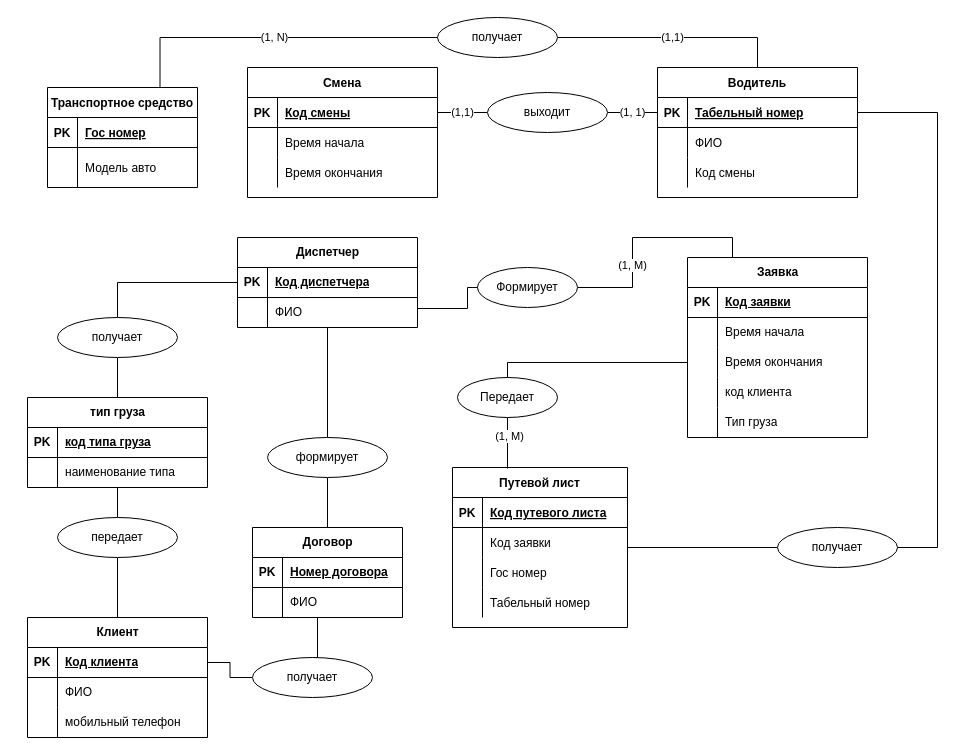
Earlier version of the draw.io diagram Диаграмма без названия2.drawio (psihioga/Sendsay_test_exercise). Source tidied: cells renumbered, new cells numbered last; positions are measured from the earlier drawing's top-left corner, leaving out a move shared by most shapes. Both pictures are drawn from the tidied source at 100%, with x=0, y=0 at pixel (27, 17).
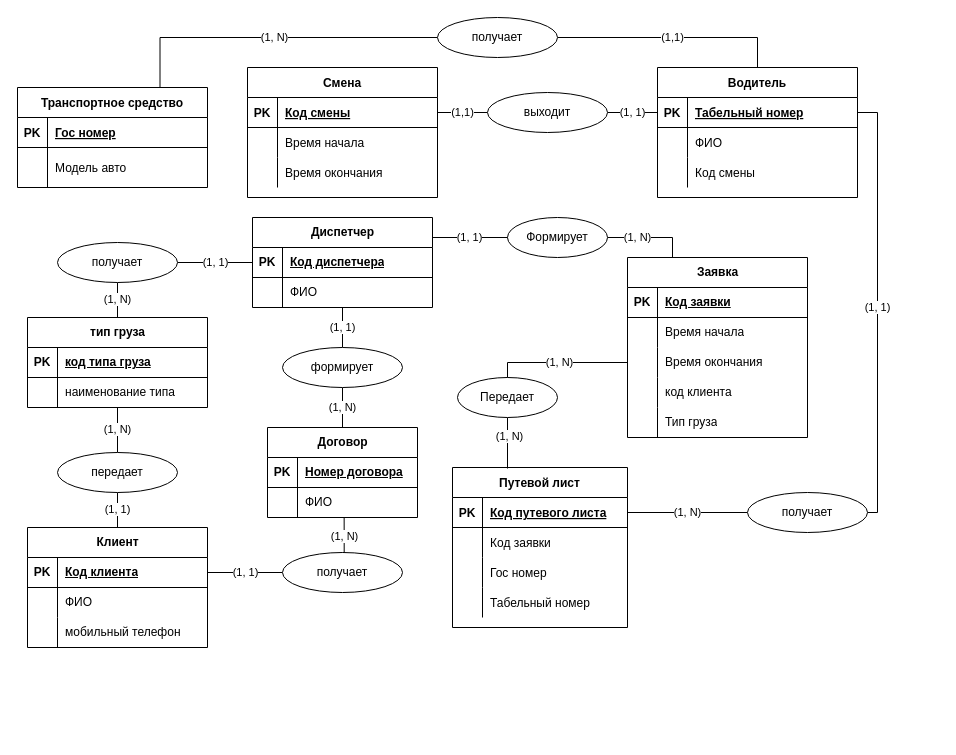
The same page after the edit.

The change refers to these unchanged cells:
```xml
<mxCell id="2" value="Путевой лист" style="shape=table;startSize=30;childLayout=tableLayout;rowLines=0;fontStyle=1;align=center;" parent="1" vertex="1">
  <mxGeometry x="425" y="450" width="175" height="160" as="geometry" />
</mxCell>
<mxCell id="3" style="shape=partialRectangle;fillColor=none;points=[[0,0.5],[1,0.5]];portConstraint=eastwest;top=0;left=0;right=0;bottom=1;" parent="2" vertex="1">
  <mxGeometry y="30" width="175" height="30" as="geometry" />
</mxCell>
<mxCell id="24" style="shape=partialRectangle;fillColor=none;points=[[0,0.5],[1,0.5]];portConstraint=eastwest;top=0;left=0;right=0;bottom=1;" parent="23" vertex="1">
  <mxGeometry y="30" width="200" height="30" as="geometry" />
</mxCell>
<mxCell id="47" style="shape=tableRow;horizontal=0;startSize=0;swimlaneHead=0;swimlaneBody=0;fillColor=none;points=[[0,0.5],[1,0.5]];portConstraint=eastwest;top=0;left=0;right=0;bottom=0;" parent="43" vertex="1">
  <mxGeometry y="60" width="180" height="30" as="geometry" />
</mxCell>
<mxCell id="57" style="shape=tableRow;horizontal=0;startSize=0;swimlaneHead=0;swimlaneBody=0;fillColor=none;points=[[0,0.5],[1,0.5]];portConstraint=eastwest;top=0;left=0;right=0;bottom=0;" parent="50" vertex="1">
  <mxGeometry y="90" width="180" height="30" as="geometry" />
</mxCell>
<mxCell id="67" style="shape=tableRow;horizontal=0;startSize=0;swimlaneHead=0;swimlaneBody=0;fillColor=none;points=[[0,0.5],[1,0.5]];portConstraint=eastwest;top=0;left=0;right=0;bottom=1;" parent="66" vertex="1">
  <mxGeometry y="30" width="180" height="30" as="geometry" />
</mxCell>
<mxCell id="76" style="edgeStyle=orthogonalEdgeStyle;rounded=0;jettySize=auto;html=1;exitX=1;exitY=0.5;exitDx=0;exitDy=0;entryX=0.25;entryY=0;entryDx=0;entryDy=0;endArrow=none;endFill=0;" parent="1" edge="1" source="78" target="50">
  <mxGeometry relative="1" as="geometry" />
</mxCell>
<mxCell id="83" style="shape=tableRow;horizontal=0;startSize=0;swimlaneHead=0;swimlaneBody=0;fillColor=none;points=[[0,0.5],[1,0.5]];portConstraint=eastwest;top=0;left=0;right=0;bottom=0;" parent="79" vertex="1">
  <mxGeometry y="60" width="150" height="30" as="geometry" />
</mxCell>
<mxCell id="88" style="shape=tableRow;horizontal=0;startSize=0;swimlaneHead=0;swimlaneBody=0;fillColor=none;points=[[0,0.5],[1,0.5]];portConstraint=eastwest;top=0;left=0;right=0;bottom=1;" parent="87" vertex="1">
  <mxGeometry y="30" width="180" height="30" as="geometry" />
</mxCell>
<mxCell id="91" style="shape=tableRow;horizontal=0;startSize=0;swimlaneHead=0;swimlaneBody=0;fillColor=none;points=[[0,0.5],[1,0.5]];portConstraint=eastwest;top=0;left=0;right=0;bottom=0;" parent="87" vertex="1">
  <mxGeometry y="60" width="180" height="30" as="geometry" />
</mxCell>
<mxCell id="94" style="edgeStyle=orthogonalEdgeStyle;rounded=0;jettySize=auto;html=1;exitX=0.5;exitY=1;exitDx=0;exitDy=0;endArrow=none;endFill=0;" parent="1" edge="1" source="96">
  <mxGeometry relative="1" as="geometry">
    <mxPoint x="480" y="451" as="targetPoint" />
    <Array as="points">
      <mxPoint x="480" y="451" />
    </Array>
  </mxGeometry>
</mxCell>
<mxCell id="96" value="Передает" style="ellipse;whiteSpace=wrap;html=1;align=center;" parent="1" vertex="1">
  <mxGeometry x="430" y="360" width="100" height="40" as="geometry" />
</mxCell>
```

Change to the diagram source:
```diff
@@
     <mxCell id="16" value="Транспортное средство" style="shape=table;startSize=30;childLayout=tableLayout;rowLines=0;fontStyle=1;align=center;" parent="1" vertex="1">
-      <mxGeometry x="20" y="70" width="150" height="100" as="geometry" />
+      <mxGeometry x="-10" y="70" width="190" height="100" as="geometry" />
     </mxCell>
     <mxCell id="17" style="shape=partialRectangle;fillColor=none;top=0;left=0;right=0;bottom=1;" parent="16" vertex="1">
-      <mxGeometry y="30" width="150" height="30" as="geometry" />
+      <mxGeometry y="30" width="190" height="30" as="geometry" />
     </mxCell>
@@
     <mxCell id="19" value="Гос номер" style="shape=partialRectangle;overflow=hidden;fillColor=none;top=0;left=0;bottom=0;right=0;align=left;spacingLeft=6;fontStyle=5;" parent="17" vertex="1">
-      <mxGeometry x="30" width="120" height="30" as="geometry" />
+      <mxGeometry x="30" width="160" height="30" as="geometry" />
     </mxCell>
     <mxCell id="20" style="shape=partialRectangle;fillColor=none;top=0;left=0;right=0;bottom=0;" parent="16" vertex="1">
-      <mxGeometry y="60" width="150" height="40" as="geometry" />
+      <mxGeometry y="60" width="190" height="40" as="geometry" />
     </mxCell>
@@
     <mxCell id="22" value="Модель авто" style="shape=partialRectangle;overflow=hidden;fillColor=none;top=0;left=0;bottom=0;right=0;align=left;spacingLeft=6;" parent="20" vertex="1">
-      <mxGeometry x="30" width="120" height="40" as="geometry" />
+      <mxGeometry x="30" width="160" height="40" as="geometry" />
     </mxCell>
@@
     <mxCell id="43" value="тип груза" style="shape=table;startSize=30;childLayout=tableLayout;rowLines=0;fontStyle=1;align=center;html=1;" parent="1" vertex="1">
-      <mxGeometry y="380" width="180" height="90" as="geometry" />
+      <mxGeometry y="300" width="180" height="90" as="geometry" />
     </mxCell>
@@
     <mxCell id="50" value="Заявка" style="shape=table;startSize=30;childLayout=tableLayout;rowLines=0;fontStyle=1;align=center;html=1;" parent="1" vertex="1">
-      <mxGeometry x="660" y="240" width="180" height="180" as="geometry" />
+      <mxGeometry x="600" y="240" width="180" height="180" as="geometry" />
     </mxCell>
@@
     <mxCell id="66" value="Клиент" style="shape=table;startSize=30;childLayout=tableLayout;rowLines=0;fontStyle=1;align=center;html=1;" parent="1" vertex="1">
-      <mxGeometry y="600" width="180" height="120" as="geometry" />
+      <mxGeometry y="510" width="180" height="120" as="geometry" />
     </mxCell>
@@
-    <mxCell id="77" value="(1, M)" style="edgeLabel;html=1;align=center;verticalAlign=middle;" parent="76" vertex="1">
+    <mxCell id="77" value="(1, N)" style="edgeLabel;html=1;align=center;verticalAlign=middle;" parent="76" vertex="1">
       <mxGeometry x="-0.31" y="1" relative="1" as="geometry" />
     </mxCell>
     <mxCell id="78" value="Формирует" style="ellipse;whiteSpace=wrap;html=1;align=center;" parent="1" vertex="1">
-      <mxGeometry x="450" y="250" width="100" height="40" as="geometry" />
+      <mxGeometry x="480" y="200" width="100" height="40" as="geometry" />
     </mxCell>
     <mxCell id="79" value="Договор" style="shape=table;startSize=30;childLayout=tableLayout;rowLines=0;fontStyle=1;align=center;html=1;" parent="1" vertex="1">
-      <mxGeometry x="225" y="510" width="150" height="90" as="geometry" />
+      <mxGeometry x="240" y="410" width="150" height="90" as="geometry" />
     </mxCell>
@@
-    <mxCell id="86" style="edgeStyle=orthogonalEdgeStyle;rounded=0;jettySize=auto;html=1;exitX=1;exitY=0.126;exitDx=0;exitDy=0;entryX=0;entryY=0.5;entryDx=0;entryDy=0;endArrow=none;endFill=0;exitPerimeter=0;" parent="1" edge="1" source="87" target="78">
+    <mxCell id="86" value="(1, 1)" style="edgeStyle=orthogonalEdgeStyle;rounded=0;jettySize=auto;html=1;exitX=1;exitY=0.25;exitDx=0;exitDy=0;entryX=0;entryY=0.5;entryDx=0;entryDy=0;endArrow=none;endFill=0;" parent="1" edge="1" source="87" target="78">
       <mxGeometry relative="1" as="geometry">
         <Array as="points">
-          <mxPoint x="440" y="291" />
-          <mxPoint x="440" y="270" />
+          <mxPoint x="405" y="220" />
         </Array>
       </mxGeometry>
     </mxCell>
     <mxCell id="87" value="Диспетчер" style="shape=table;startSize=30;childLayout=tableLayout;rowLines=0;fontStyle=1;align=center;html=1;" parent="1" vertex="1">
-      <mxGeometry x="210" y="220" width="180" height="90" as="geometry" />
+      <mxGeometry x="225" y="200" width="180" height="90" as="geometry" />
     </mxCell>
@@
-    <mxCell id="95" value="(1, M)" style="edgeLabel;html=1;align=center;verticalAlign=middle;" parent="94" vertex="1">
+    <mxCell id="95" value="(1, N)" style="edgeLabel;html=1;align=center;verticalAlign=middle;" parent="94" vertex="1">
       <mxGeometry x="-0.31" y="1" relative="1" as="geometry" />
     </mxCell>
@@
-    <mxCell id="97" style="edgeStyle=orthogonalEdgeStyle;rounded=0;jettySize=auto;html=1;entryX=0.5;entryY=0;entryDx=0;entryDy=0;endArrow=none;endFill=0;exitX=0;exitY=0.5;exitDx=0;exitDy=0;" parent="1" edge="1" source="57" target="96">
+    <mxCell id="97" value="(1, N)" style="edgeStyle=orthogonalEdgeStyle;rounded=0;jettySize=auto;html=1;entryX=0.5;entryY=0;entryDx=0;entryDy=0;endArrow=none;endFill=0;exitX=0;exitY=0.5;exitDx=0;exitDy=0;" parent="1" edge="1" source="57" target="96">
       <mxGeometry relative="1" as="geometry">
         <Array as="points">
           <mxPoint x="480" y="345" />
         </Array>
       </mxGeometry>
     </mxCell>
-    <mxCell id="98" style="endArrow=none;html=1;rounded=0;entryX=0.5;entryY=0;entryDx=0;entryDy=0;exitX=0.5;exitY=1;exitDx=0;exitDy=0;" parent="1" edge="1" source="113" target="79">
+    <mxCell id="98" value="(1, N)" style="endArrow=none;html=1;rounded=0;entryX=0.5;entryY=0;entryDx=0;entryDy=0;exitX=0.5;exitY=1;exitDx=0;exitDy=0;" parent="1" edge="1" source="113" target="79">
       <mxGeometry relative="1" as="geometry" />
     </mxCell>
-    <mxCell id="99" style="edgeStyle=orthogonalEdgeStyle;rounded=0;jettySize=auto;html=1;exitX=0.5;exitY=0;exitDx=0;exitDy=0;entryX=0.511;entryY=1;entryDx=0;entryDy=0;entryPerimeter=0;endArrow=none;endFill=0;" parent="1" edge="1" source="103" target="83">
+    <mxCell id="99" value="(1, N)" style="edgeStyle=orthogonalEdgeStyle;rounded=0;jettySize=auto;html=1;exitX=0.5;exitY=0;exitDx=0;exitDy=0;entryX=0.511;entryY=1;entryDx=0;entryDy=0;entryPerimeter=0;endArrow=none;endFill=0;" parent="1" edge="1" source="103" target="83">
       <mxGeometry relative="1" as="geometry">
         <Array as="points">
-          <mxPoint x="290" y="600" />
+          <mxPoint x="317" y="535" />
         </Array>
       </mxGeometry>
     </mxCell>
@@
-    <mxCell id="101" style="endArrow=none;html=1;rounded=0;exitX=0.5;exitY=0;exitDx=0;exitDy=0;entryX=0;entryY=0.5;entryDx=0;entryDy=0;" parent="1" edge="1" source="115" target="88">
-      <mxGeometry relative="1" as="geometry">
-        <Array as="points">
-          <mxPoint x="90" y="265" />
-        </Array>
-      </mxGeometry>
+    <mxCell id="101" value="(1, 1)" style="endArrow=none;html=1;rounded=0;exitX=1;exitY=0.5;exitDx=0;exitDy=0;entryX=0;entryY=0.5;entryDx=0;entryDy=0;" parent="1" edge="1" source="115" target="88">
+      <mxGeometry relative="1" as="geometry" />
     </mxCell>
-    <mxCell id="102" style="edgeStyle=orthogonalEdgeStyle;rounded=0;jettySize=auto;html=1;exitX=1;exitY=0.5;exitDx=0;exitDy=0;entryX=0;entryY=0.5;entryDx=0;entryDy=0;endArrow=none;endFill=0;" parent="1" edge="1" source="67" target="103">
+    <mxCell id="102" value="(1, 1)" style="edgeStyle=orthogonalEdgeStyle;rounded=0;jettySize=auto;html=1;exitX=1;exitY=0.5;exitDx=0;exitDy=0;entryX=0;entryY=0.5;entryDx=0;entryDy=0;endArrow=none;endFill=0;" parent="1" edge="1" source="67" target="103">
       <mxGeometry relative="1" as="geometry" />
     </mxCell>
     <mxCell id="103" value="получает" style="ellipse;whiteSpace=wrap;html=1;" parent="1" vertex="1">
-      <mxGeometry x="225" y="640" width="120" height="40" as="geometry" />
+      <mxGeometry x="255" y="535" width="120" height="40" as="geometry" />
     </mxCell>
-    <mxCell id="104" style="endArrow=none;html=1;rounded=0;exitX=0.5;exitY=0;exitDx=0;exitDy=0;" parent="1" edge="1" source="111" target="47">
+    <mxCell id="104" value="(1, N)" style="endArrow=none;html=1;rounded=0;exitX=0.5;exitY=0;exitDx=0;exitDy=0;" parent="1" edge="1" source="111" target="47">
       <mxGeometry relative="1" as="geometry" />
     </mxCell>
-    <mxCell id="105" style="edgeStyle=orthogonalEdgeStyle;rounded=0;jettySize=auto;html=1;exitX=0;exitY=0.5;exitDx=0;exitDy=0;endArrow=none;endFill=0;" parent="1" edge="1" source="107" target="2">
+    <mxCell id="105" value="(1, N)" style="edgeStyle=orthogonalEdgeStyle;rounded=0;jettySize=auto;html=1;exitX=0;exitY=0.5;exitDx=0;exitDy=0;endArrow=none;endFill=0;entryX=1;entryY=0.5;entryDx=0;entryDy=0;" parent="1" edge="1" source="107" target="3">
       <mxGeometry relative="1" as="geometry" />
     </mxCell>
-    <mxCell id="106" style="edgeStyle=orthogonalEdgeStyle;rounded=0;jettySize=auto;html=1;exitX=1;exitY=0.5;exitDx=0;exitDy=0;endArrow=none;endFill=0;" parent="1" edge="1" source="24" target="107">
+    <mxCell id="106" value="(1, 1)" style="edgeStyle=orthogonalEdgeStyle;rounded=0;jettySize=auto;html=1;exitX=1;exitY=0.5;exitDx=0;exitDy=0;endArrow=none;endFill=0;" parent="1" edge="1" source="24" target="107">
       <mxGeometry relative="1" as="geometry">
         <Array as="points">
-          <mxPoint x="910" y="95" />
-          <mxPoint x="910" y="530" />
+          <mxPoint x="850" y="95" />
         </Array>
       </mxGeometry>
     </mxCell>
     <mxCell id="107" value="получает" style="ellipse;whiteSpace=wrap;html=1;" parent="1" vertex="1">
-      <mxGeometry x="750" y="510" width="120" height="40" as="geometry" />
+      <mxGeometry x="720" y="475" width="120" height="40" as="geometry" />
     </mxCell>
@@
-    <mxCell id="110" style="endArrow=none;html=1;rounded=0;exitX=0.5;exitY=0;exitDx=0;exitDy=0;entryX=0.5;entryY=1;entryDx=0;entryDy=0;" parent="1" edge="1" source="66" target="111">
+    <mxCell id="110" value="(1, 1)" style="endArrow=none;html=1;rounded=0;exitX=0.5;exitY=0;exitDx=0;exitDy=0;entryX=0.5;entryY=1;entryDx=0;entryDy=0;" parent="1" edge="1" source="66" target="111">
       <mxGeometry relative="1" as="geometry" />
     </mxCell>
     <mxCell id="111" value="передает" style="ellipse;whiteSpace=wrap;html=1;" parent="1" vertex="1">
-      <mxGeometry x="30" y="500" width="120" height="40" as="geometry" />
+      <mxGeometry x="30" y="435" width="120" height="40" as="geometry" />
     </mxCell>
-    <mxCell id="112" style="endArrow=none;html=1;rounded=0;entryX=0.5;entryY=0;entryDx=0;entryDy=0;" parent="1" edge="1" source="91" target="113">
+    <mxCell id="112" value="(1, 1)" style="endArrow=none;html=1;rounded=0;entryX=0.5;entryY=0;entryDx=0;entryDy=0;" parent="1" edge="1" source="91" target="113">
       <mxGeometry relative="1" as="geometry" />
     </mxCell>
     <mxCell id="113" value="формирует" style="ellipse;whiteSpace=wrap;html=1;" parent="1" vertex="1">
-      <mxGeometry x="240" y="420" width="120" height="40" as="geometry" />
+      <mxGeometry x="255" y="330" width="120" height="40" as="geometry" />
     </mxCell>
-    <mxCell id="114" style="endArrow=none;html=1;rounded=0;exitX=0.5;exitY=0;exitDx=0;exitDy=0;entryX=0.5;entryY=1;entryDx=0;entryDy=0;" parent="1" edge="1" source="43" target="115">
+    <mxCell id="114" value="(1, N)" style="endArrow=none;html=1;rounded=0;exitX=0.5;exitY=0;exitDx=0;exitDy=0;entryX=0.5;entryY=1;entryDx=0;entryDy=0;" parent="1" edge="1" source="43" target="115">
       <mxGeometry relative="1" as="geometry" />
     </mxCell>
     <mxCell id="115" value="получает" style="ellipse;whiteSpace=wrap;html=1;" parent="1" vertex="1">
-      <mxGeometry x="30" y="300" width="120" height="40" as="geometry" />
+      <mxGeometry x="30" y="225" width="120" height="40" as="geometry" />
     </mxCell>
```
